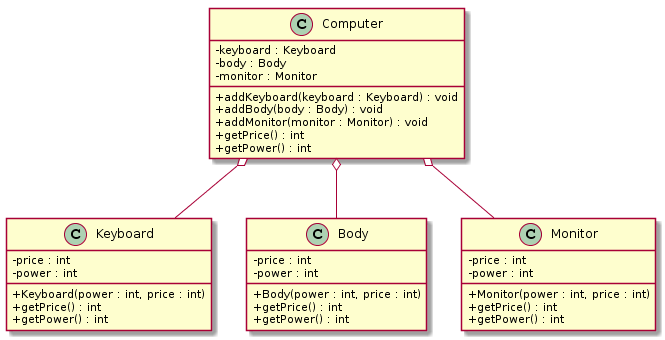
This is img/designpattern-composite-computer-1-classdiagram.png from windowforsun/blog, a PlantUML export, as it was before one commit. Source of this version:
```plantuml
@startuml
skinparam classAttributeIconSize 0

class Computer {
    - keyboard : Keyboard
    - body : Body
    - monitor : Monitor

    + addKeyboard(keyboard : Keyboard) : void
    + addBody(body : Body) : void
    + addMonitor(monitor : Monitor) : void
    + getPrice() : int
    + getPower() : int
}

class Keyboard {
    - price : int
    - power : int

    + Keyboard(power : int, price : int)
    + getPrice() : int
    + getPower() : int
}

class Body {
    - price : int
    - power : int

    + Body(power : int, price : int)
    + getPrice() : int
    + getPower() : int
}

class Monitor {
    - price : int
    - power : int

    + Monitor(power : int, price : int)
    + getPrice() : int
    + getPower() : int
}

Computer o-- Keyboard
Computer o-- Body
Computer o-- Monitor
@enduml
```
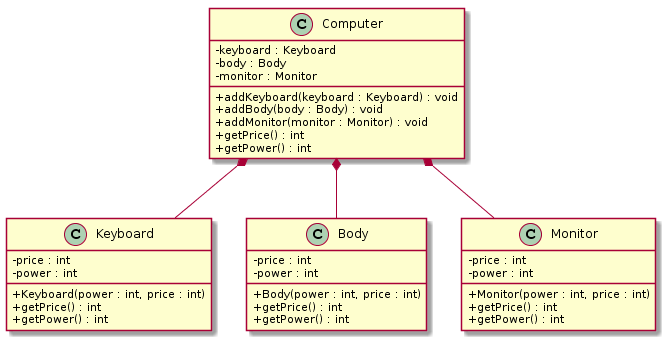
The same file after the commit.

Commit message:
designpattern composite 추가 작성

The edit, as a diff of the source:
```diff
@@ -40,7 +40,7 @@
     + getPower() : int
 }
 
-Computer o-- Keyboard
-Computer o-- Body
-Computer o-- Monitor
+Computer *-- Keyboard
+Computer *-- Body
+Computer *-- Monitor
 @enduml
```
